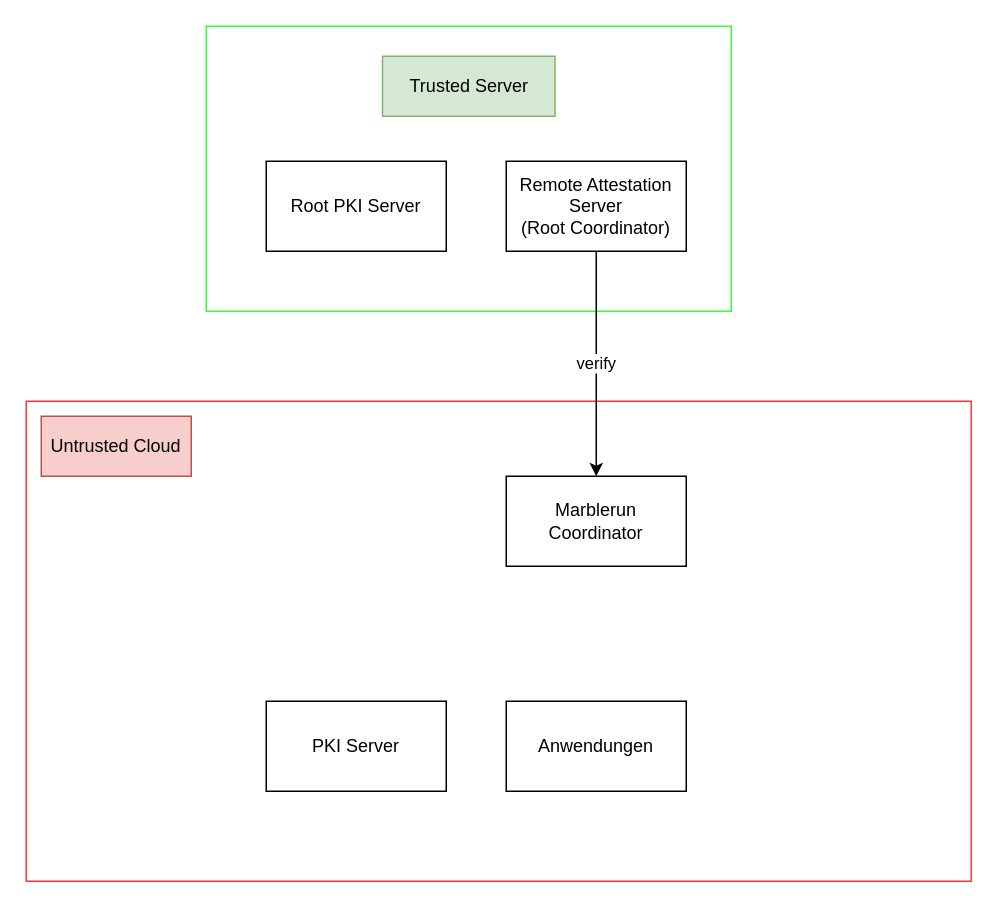
Before: cloud/konzeptsingle.drawio in paulgoehring/pki_go, a draw.io diagram. Source tidied: cells renumbered, new cells numbered last; positions are measured from the earlier drawing's top-left corner, leaving out a move shared by most shapes. Both pictures are drawn from the tidied source at 150%, with x=0, y=0 at pixel (26, 26).
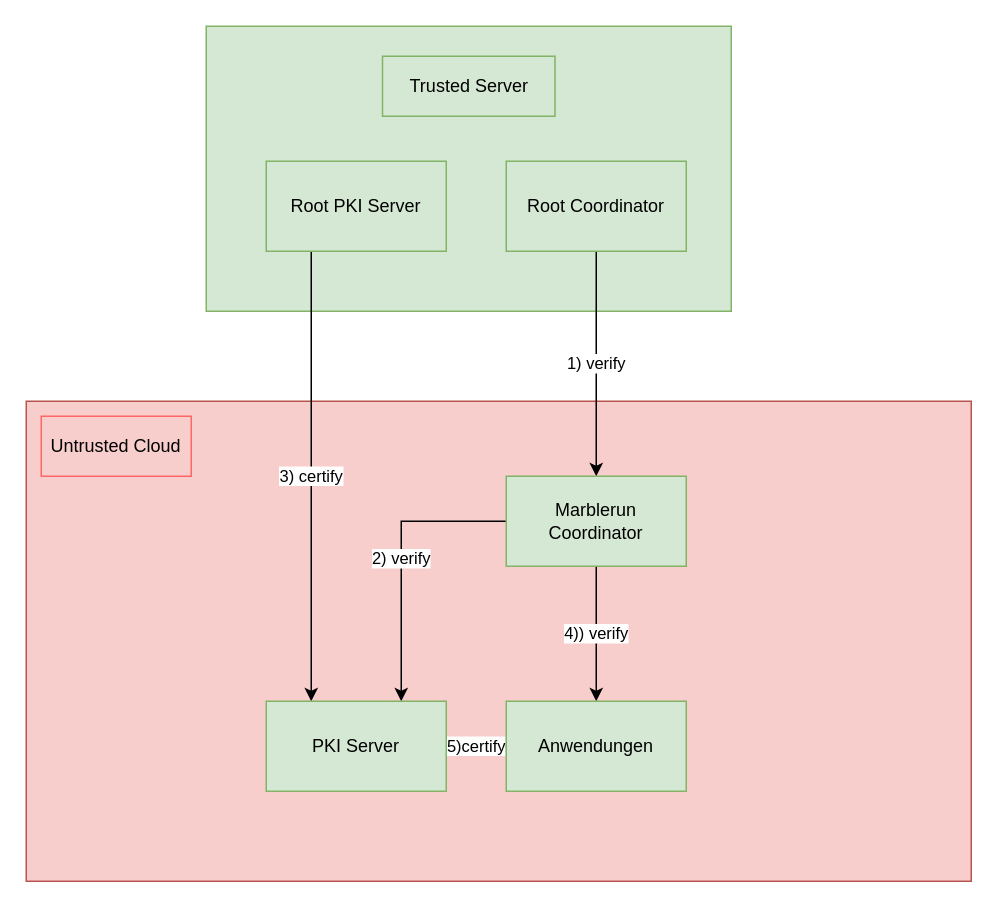
Above is the later version.

Change to the diagram source:
```diff
@@
 <mxGraphModel>
   <root>
     <mxCell id="0" />
     <mxCell id="1" parent="0" />
-    <mxCell id="2" style="rounded=0;whiteSpace=wrap;html=1;strokeColor=#FF3333;" parent="1" vertex="1">
+    <mxCell id="2" style="rounded=0;whiteSpace=wrap;html=1;strokeColor=#b85450;fillColor=#f8cecc;" parent="1" vertex="1">
       <mxGeometry y="250" width="630" height="320" as="geometry" />
     </mxCell>
-    <mxCell id="3" style="rounded=0;whiteSpace=wrap;html=1;strokeColor=#33FF33;" parent="1" vertex="1">
+    <mxCell id="3" style="rounded=0;whiteSpace=wrap;html=1;strokeColor=#82b366;fillColor=#d5e8d4;" parent="1" vertex="1">
       <mxGeometry x="120" width="350" height="190" as="geometry" />
     </mxCell>
     <mxCell id="4" value="Trusted Server" style="text;html=1;strokeColor=#82b366;fillColor=#d5e8d4;align=center;verticalAlign=middle;whiteSpace=wrap;rounded=0;" parent="1" vertex="1">
       <mxGeometry x="237.5" y="20" width="115" height="40" as="geometry" />
     </mxCell>
+    <mxCell id="12" value="3) certify" style="edgeStyle=orthogonalEdgeStyle;rounded=0;jettySize=auto;html=1;exitX=0.25;exitY=1;exitDx=0;exitDy=0;entryX=0.25;entryY=0;entryDx=0;entryDy=0;" parent="1" edge="1" source="5" target="10">
+      <mxGeometry relative="1" as="geometry" />
+    </mxCell>
-    <mxCell id="5" value="Root PKI Server" style="rounded=0;whiteSpace=wrap;html=1;" parent="1" vertex="1">
+    <mxCell id="5" value="Root PKI Server" style="rounded=0;whiteSpace=wrap;html=1;fillColor=#d5e8d4;strokeColor=#82b366;" parent="1" vertex="1">
       <mxGeometry x="160" y="90" width="120" height="60" as="geometry" />
     </mxCell>
-    <mxCell id="6" value="verify" style="edgeStyle=orthogonalEdgeStyle;rounded=0;jettySize=auto;html=1;exitX=0.5;exitY=1;exitDx=0;exitDy=0;entryX=0.5;entryY=0;entryDx=0;entryDy=0;" parent="1" edge="1" source="7" target="9">
+    <mxCell id="6" value="1) verify" style="edgeStyle=orthogonalEdgeStyle;rounded=0;jettySize=auto;html=1;exitX=0.5;exitY=1;exitDx=0;exitDy=0;entryX=0.5;entryY=0;entryDx=0;entryDy=0;" parent="1" edge="1" source="7" target="9">
       <mxGeometry relative="1" as="geometry" />
     </mxCell>
-    <mxCell id="7" value="Remote Attestation Server&lt;br&gt;(Root Coordinator)" style="rounded=0;whiteSpace=wrap;html=1;" parent="1" vertex="1">
+    <mxCell id="7" value="Root Coordinator" style="rounded=0;whiteSpace=wrap;html=1;fillColor=#d5e8d4;strokeColor=#82b366;" parent="1" vertex="1">
       <mxGeometry x="320" y="90" width="120" height="60" as="geometry" />
     </mxCell>
-    <mxCell id="8" value="Untrusted Cloud" style="text;html=1;strokeColor=#b85450;fillColor=#f8cecc;align=center;verticalAlign=middle;whiteSpace=wrap;rounded=0;" parent="1" vertex="1">
+    <mxCell id="8" value="Untrusted Cloud" style="text;html=1;strokeColor=#FF6666;fillColor=#f8cecc;align=center;verticalAlign=middle;whiteSpace=wrap;rounded=0;" parent="1" vertex="1">
       <mxGeometry x="10" y="260" width="100" height="40" as="geometry" />
     </mxCell>
+    <mxCell id="13" value="2) verify" style="edgeStyle=orthogonalEdgeStyle;rounded=0;jettySize=auto;html=1;exitX=0;exitY=0.5;exitDx=0;exitDy=0;entryX=0.75;entryY=0;entryDx=0;entryDy=0;" parent="1" edge="1" source="9" target="10">
+      <mxGeometry relative="1" as="geometry" />
+    </mxCell>
+    <mxCell id="14" value="4)) verify" style="edgeStyle=orthogonalEdgeStyle;rounded=0;jettySize=auto;html=1;exitX=0.5;exitY=1;exitDx=0;exitDy=0;entryX=0.5;entryY=0;entryDx=0;entryDy=0;" parent="1" edge="1" source="9" target="11">
+      <mxGeometry relative="1" as="geometry" />
+    </mxCell>
-    <mxCell id="9" value="Marblerun Coordinator" style="rounded=0;whiteSpace=wrap;html=1;" parent="1" vertex="1">
+    <mxCell id="9" value="Marblerun Coordinator" style="rounded=0;whiteSpace=wrap;html=1;fillColor=#d5e8d4;strokeColor=#82b366;" parent="1" vertex="1">
       <mxGeometry x="320" y="300" width="120" height="60" as="geometry" />
     </mxCell>
+    <mxCell id="15" value="5)certify" style="edgeStyle=orthogonalEdgeStyle;rounded=0;jettySize=auto;html=1;exitX=1;exitY=0.5;exitDx=0;exitDy=0;entryX=0;entryY=0.5;entryDx=0;entryDy=0;" parent="1" edge="1" source="10" target="11">
+      <mxGeometry relative="1" as="geometry" />
+    </mxCell>
-    <mxCell id="10" value="PKI Server" style="rounded=0;whiteSpace=wrap;html=1;" parent="1" vertex="1">
+    <mxCell id="10" value="PKI Server" style="rounded=0;whiteSpace=wrap;html=1;fillColor=#d5e8d4;strokeColor=#82b366;" parent="1" vertex="1">
       <mxGeometry x="160" y="450" width="120" height="60" as="geometry" />
     </mxCell>
-    <mxCell id="11" value="Anwendungen" style="rounded=0;whiteSpace=wrap;html=1;" parent="1" vertex="1">
+    <mxCell id="11" value="Anwendungen" style="rounded=0;whiteSpace=wrap;html=1;fillColor=#d5e8d4;strokeColor=#82b366;" parent="1" vertex="1">
       <mxGeometry x="320" y="450" width="120" height="60" as="geometry" />
     </mxCell>
   </root>
 </mxGraphModel>
```
